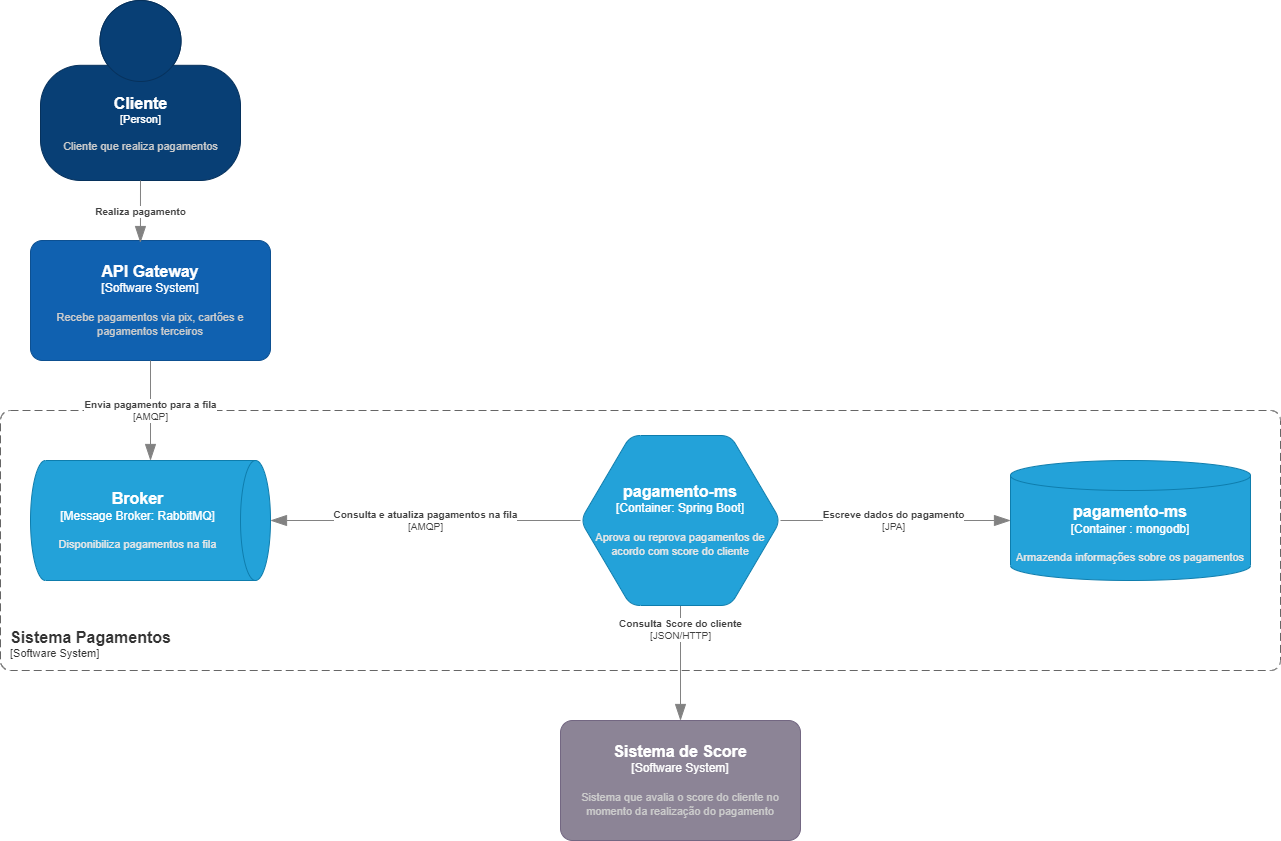
felipesalvadordev/payment-system-architecture-C4 keeps this draw.io diagram as Container Pagamentos.drawio.png. Above is the earlier version. Source tidied: cells renumbered, new cells last; positions are measured from the earlier drawing's top-left corner, leaving out a move shared by most shapes.
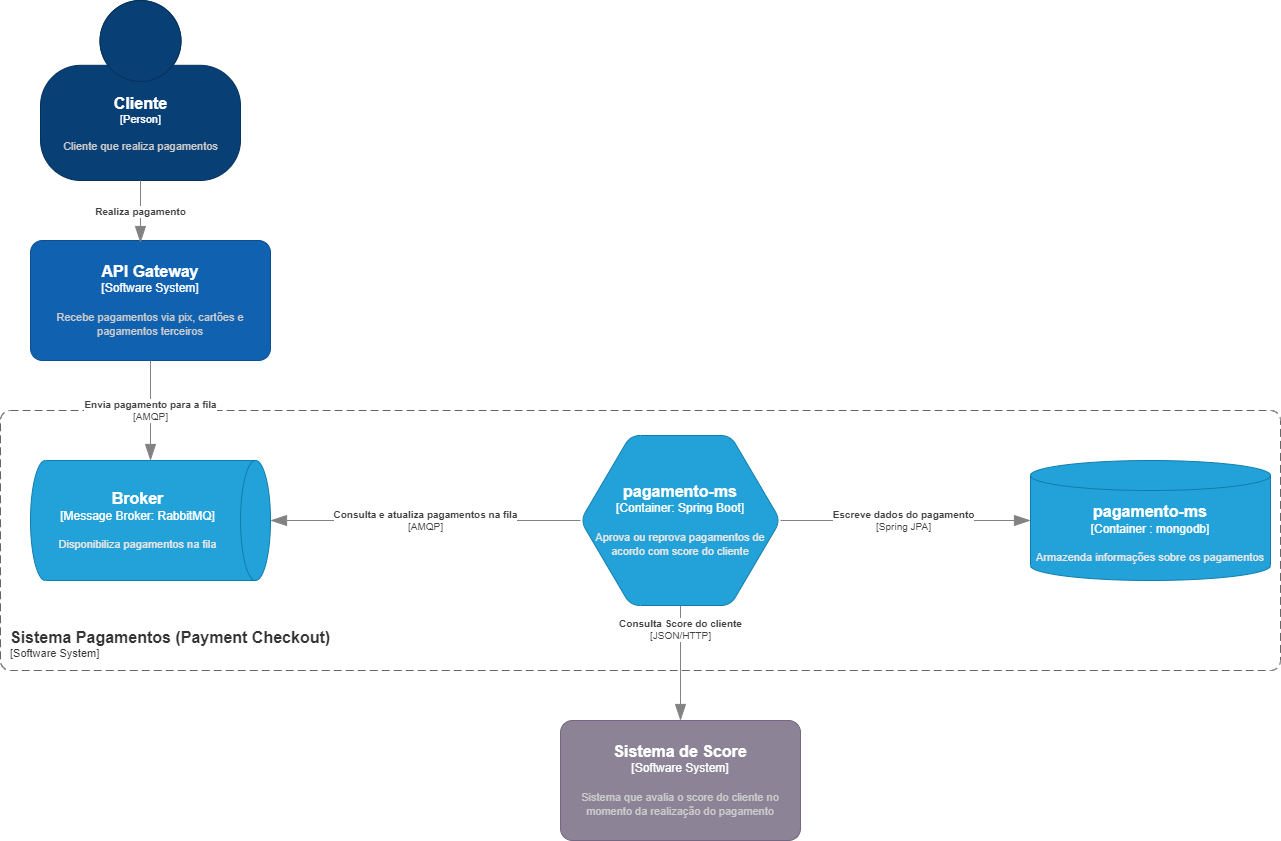
Above is the later version.

Change to the diagram source:
```diff
@@ -7,7 +7,7 @@
         <mxGeometry x="40" width="200" height="180" as="geometry" />
       </mxCell>
     </object>
-    <object id="3" label="&lt;font style=&quot;font-size: 16px&quot;&gt;&lt;b&gt;&lt;div style=&quot;text-align: left&quot;&gt;%c4Name%&lt;/div&gt;&lt;/b&gt;&lt;/font&gt;&lt;div style=&quot;text-align: left&quot;&gt;[%c4Application%]&lt;/div&gt;" c4Application="Software System" c4Name="Sistema Pagamentos" c4Type="SystemScopeBoundary" placeholders="1">
+    <object id="3" label="&lt;font style=&quot;font-size: 16px&quot;&gt;&lt;b&gt;&lt;div style=&quot;text-align: left&quot;&gt;%c4Name%&lt;/div&gt;&lt;/b&gt;&lt;/font&gt;&lt;div style=&quot;text-align: left&quot;&gt;[%c4Application%]&lt;/div&gt;" c4Application="Software System" c4Name="Sistema Pagamentos (Payment Checkout)" c4Type="SystemScopeBoundary" placeholders="1">
       <mxCell style="rounded=1;fontSize=11;whiteSpace=wrap;html=1;dashed=1;arcSize=20;fillColor=none;strokeColor=#666666;fontColor=#333333;labelBackgroundColor=none;align=left;verticalAlign=bottom;labelBorderColor=none;spacingTop=0;spacing=10;dashPattern=8 4;perimeter=rectanglePerimeter;noLabel=0;labelPadding=0;absoluteArcSize=1;" parent="1" vertex="1">
         <mxGeometry y="410" width="1280" height="260" as="geometry" />
       </mxCell>
@@ -24,7 +24,7 @@
     </object>
     <object id="6" label="&lt;font style=&quot;font-size: 16px&quot;&gt;&lt;b&gt;%c4Type%&lt;/font&gt;&lt;div&gt;[%c4Container%:&amp;nbsp;%c4Technology%]&lt;/div&gt;&lt;br&gt;&lt;div&gt;&lt;font style=&quot;font-size: 11px&quot;&gt;&lt;font color=&quot;#E6E6E6&quot;&gt;%c4Description%&lt;/font&gt;&lt;/div&gt;" c4Container="Container " c4Description="Armazenda informações sobre os pagamentos" c4Technology="mongodb" c4Type="pagamento-ms" placeholders="1">
       <mxCell style="shape=cylinder3;size=15;whiteSpace=wrap;html=1;boundedLbl=1;rounded=0;labelBackgroundColor=none;fillColor=#23A2D9;fontSize=12;fontColor=#ffffff;align=center;strokeColor=#0E7DAD;points=[[0.5,0,0],[1,0.25,0],[1,0.5,0],[1,0.75,0],[0.5,1,0],[0,0.75,0],[0,0.5,0],[0,0.25,0]];" parent="1" vertex="1">
-        <mxGeometry x="1010" y="460" width="240" height="120" as="geometry" />
+        <mxGeometry x="1030" y="460" width="240" height="120" as="geometry" />
       </mxCell>
     </object>
     <object id="7" label="&lt;font style=&quot;font-size: 16px&quot;&gt;&lt;b&gt;%c4Name%&lt;/b&gt;&lt;/font&gt;&lt;div&gt;[%c4Type%]&lt;/div&gt;&lt;br&gt;&lt;div&gt;&lt;font style=&quot;font-size: 11px&quot;&gt;&lt;font color=&quot;#cccccc&quot;&gt;%c4Description%&lt;/font&gt;&lt;/div&gt;" c4Description="Sistema que avalia o score do cliente no momento da realização do pagamento" c4Name="Sistema de Score" c4Type="Software System" placeholders="1">
@@ -47,7 +47,7 @@
         <mxGeometry relative="1" as="geometry" />
       </mxCell>
     </object>
-    <object id="11" label="&lt;div style=&quot;text-align: left&quot;&gt;&lt;div style=&quot;text-align: center&quot;&gt;&lt;b&gt;%c4Description%&lt;/b&gt;&lt;/div&gt;&lt;div style=&quot;text-align: center&quot;&gt;[%c4Technology%]&lt;/div&gt;&lt;/div&gt;" c4Description="Escreve dados do pagamento" c4Technology="JPA" c4Type="Relationship" placeholders="1">
+    <object id="11" label="&lt;div style=&quot;text-align: left&quot;&gt;&lt;div style=&quot;text-align: center&quot;&gt;&lt;b&gt;%c4Description%&lt;/b&gt;&lt;/div&gt;&lt;div style=&quot;text-align: center&quot;&gt;[%c4Technology%]&lt;/div&gt;&lt;/div&gt;" c4Description="Escreve dados do pagamento" c4Technology="Spring JPA" c4Type="Relationship" placeholders="1">
       <mxCell style="endArrow=blockThin;html=1;fontSize=10;fontColor=#404040;strokeWidth=1;endFill=1;strokeColor=#828282;elbow=vertical;endSize=14;startSize=14;jumpStyle=arc;jumpSize=16;rounded=0;edgeStyle=orthogonalEdgeStyle;entryX=0;entryY=0.5;entryDx=0;entryDy=0;entryPerimeter=0;" parent="1" edge="1" source="13" target="6">
         <mxGeometry relative="1" as="geometry">
           <Array as="points">
```
